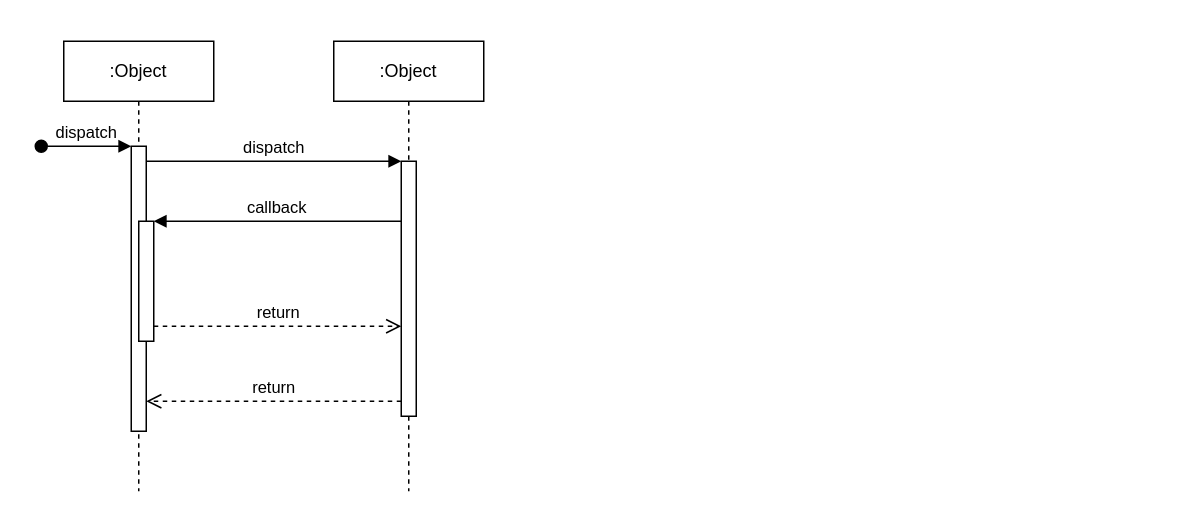
Before: Untitled Diagram.drawio in K-yo34/xoo, a draw.io diagram. Source tidied: cells renumbered, new cells numbered last; positions are measured from the earlier drawing's top-left corner, leaving out a move shared by most shapes. Both pictures are drawn from the tidied source at 150%, with x=0, y=0 at pixel (40, 40).
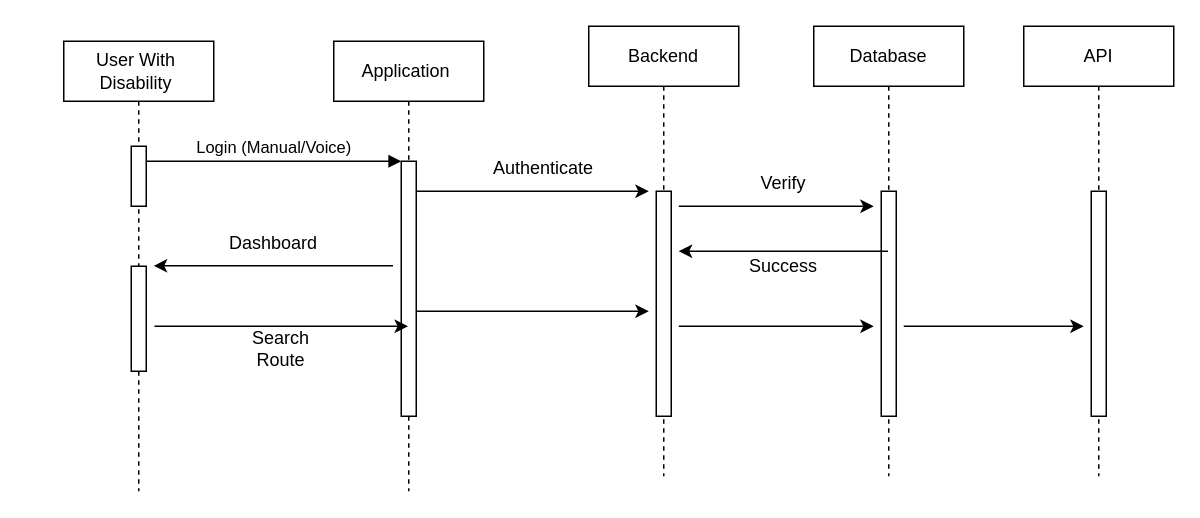
After the change.

The change refers to these unchanged cells:
```xml
<mxCell id="7" style="html=1;points=[];perimeter=orthogonalPerimeter;outlineConnect=0;targetShapes=umlLifeline;portConstraint=eastwest;newEdgeStyle={&quot;edgeStyle&quot;:&quot;elbowEdgeStyle&quot;,&quot;elbow&quot;:&quot;vertical&quot;,&quot;curved&quot;:0,&quot;rounded&quot;:0};" parent="6" vertex="1">
  <mxGeometry x="45" y="80" width="10" height="170" as="geometry" />
</mxCell>
```

Diff of the diagram source:
```diff
@@
-    <mxCell id="2" value=":Object" style="shape=umlLifeline;perimeter=lifelinePerimeter;whiteSpace=wrap;html=1;newEdgeStyle={&quot;edgeStyle&quot;:&quot;elbowEdgeStyle&quot;,&quot;elbow&quot;:&quot;vertical&quot;,&quot;curved&quot;:0,&quot;rounded&quot;:0};" parent="1" vertex="1">
+    <mxCell id="2" value="User With&amp;nbsp;&lt;div&gt;Disability&amp;nbsp;&lt;/div&gt;" style="shape=umlLifeline;perimeter=lifelinePerimeter;whiteSpace=wrap;html=1;newEdgeStyle={&quot;edgeStyle&quot;:&quot;elbowEdgeStyle&quot;,&quot;elbow&quot;:&quot;vertical&quot;,&quot;curved&quot;:0,&quot;rounded&quot;:0};" parent="1" vertex="1">
       <mxGeometry x="15" width="100" height="300" as="geometry" />
     </mxCell>
     <mxCell id="3" style="html=1;points=[];perimeter=orthogonalPerimeter;outlineConnect=0;targetShapes=umlLifeline;portConstraint=eastwest;newEdgeStyle={&quot;edgeStyle&quot;:&quot;elbowEdgeStyle&quot;,&quot;elbow&quot;:&quot;vertical&quot;,&quot;curved&quot;:0,&quot;rounded&quot;:0};" parent="2" vertex="1">
-      <mxGeometry x="45" y="70" width="10" height="190" as="geometry" />
+      <mxGeometry x="45" y="70" width="10" height="40" as="geometry" />
     </mxCell>
-    <mxCell id="4" value="dispatch" style="html=1;verticalAlign=bottom;startArrow=oval;endArrow=block;startSize=8;edgeStyle=elbowEdgeStyle;elbow=vertical;curved=0;rounded=0;" parent="2" edge="1" target="3">
-      <mxGeometry relative="1" as="geometry">
-        <mxPoint x="-15" y="70" as="sourcePoint" />
-      </mxGeometry>
-    </mxCell>
-    <mxCell id="5" style="html=1;points=[];perimeter=orthogonalPerimeter;outlineConnect=0;targetShapes=umlLifeline;portConstraint=eastwest;newEdgeStyle={&quot;edgeStyle&quot;:&quot;elbowEdgeStyle&quot;,&quot;elbow&quot;:&quot;vertical&quot;,&quot;curved&quot;:0,&quot;rounded&quot;:0};" parent="2" vertex="1">
-      <mxGeometry x="50" y="120" width="10" height="80" as="geometry" />
-    </mxCell>
+    <mxCell id="12" style="html=1;perimeter=orthogonalPerimeter;targetShapes=umlLifeline;newEdgeStyle={&quot;edgeStyle&quot;:&quot;elbowEdgeStyle&quot;,&quot;elbow&quot;:&quot;vertical&quot;,&quot;curved&quot;:0,&quot;rounded&quot;:0};" parent="2" vertex="1">
+      <mxGeometry x="45" y="150" width="10" height="70" as="geometry" />
+    </mxCell>
-    <mxCell id="6" value=":Object" style="shape=umlLifeline;perimeter=lifelinePerimeter;whiteSpace=wrap;html=1;outlineConnect=0;portConstraint=eastwest;newEdgeStyle={&quot;edgeStyle&quot;:&quot;elbowEdgeStyle&quot;,&quot;elbow&quot;:&quot;vertical&quot;,&quot;curved&quot;:0,&quot;rounded&quot;:0};" parent="1" vertex="1">
+    <mxCell id="6" value="Application&amp;nbsp;" style="shape=umlLifeline;perimeter=lifelinePerimeter;whiteSpace=wrap;html=1;outlineConnect=0;portConstraint=eastwest;newEdgeStyle={&quot;edgeStyle&quot;:&quot;elbowEdgeStyle&quot;,&quot;elbow&quot;:&quot;vertical&quot;,&quot;curved&quot;:0,&quot;rounded&quot;:0};" parent="1" vertex="1">
       <mxGeometry x="195" width="100" height="300" as="geometry" />
     </mxCell>
@@
-    <mxCell id="8" value="dispatch" style="html=1;verticalAlign=bottom;endArrow=block;edgeStyle=elbowEdgeStyle;elbow=vertical;curved=0;rounded=0;" parent="1" edge="1" source="3" target="7">
+    <mxCell id="8" value="Login (Manual/Voice)" style="html=1;verticalAlign=bottom;endArrow=block;edgeStyle=elbowEdgeStyle;elbow=vertical;curved=0;rounded=0;" parent="1" edge="1" source="3" target="7">
       <mxGeometry relative="1" as="geometry">
         <Array as="points">
           <mxPoint x="155" y="80" />
         </Array>
       </mxGeometry>
     </mxCell>
-    <mxCell id="9" value="return" style="html=1;verticalAlign=bottom;endArrow=open;dashed=1;endSize=8;edgeStyle=elbowEdgeStyle;elbow=vertical;curved=0;rounded=0;" parent="1" edge="1" source="7" target="3">
-      <mxGeometry relative="1" as="geometry">
-        <Array as="points">
-          <mxPoint x="165" y="240" />
-        </Array>
-      </mxGeometry>
-    </mxCell>
-    <mxCell id="10" value="callback" style="html=1;verticalAlign=bottom;endArrow=block;edgeStyle=elbowEdgeStyle;elbow=vertical;curved=0;rounded=0;" parent="1" edge="1" source="7" target="5">
-      <mxGeometry relative="1" as="geometry">
-        <Array as="points">
-          <mxPoint x="165" y="120" />
-        </Array>
-      </mxGeometry>
-    </mxCell>
-    <mxCell id="11" value="return" style="html=1;verticalAlign=bottom;endArrow=open;dashed=1;endSize=8;edgeStyle=elbowEdgeStyle;elbow=vertical;curved=0;rounded=0;" parent="1" edge="1" source="5" target="7">
-      <mxGeometry relative="1" as="geometry">
-        <Array as="points">
-          <mxPoint x="155" y="190" />
-        </Array>
-      </mxGeometry>
-    </mxCell>
+    <mxCell id="13" value="Backend" style="shape=umlLifeline;perimeter=lifelinePerimeter;whiteSpace=wrap;html=1;newEdgeStyle={&quot;edgeStyle&quot;:&quot;elbowEdgeStyle&quot;,&quot;elbow&quot;:&quot;vertical&quot;,&quot;curved&quot;:0,&quot;rounded&quot;:0};" parent="1" vertex="1">
+      <mxGeometry x="365" y="-10" width="100" height="300" as="geometry" />
+    </mxCell>
+    <mxCell id="14" style="html=1;perimeter=orthogonalPerimeter;targetShapes=umlLifeline;newEdgeStyle={&quot;edgeStyle&quot;:&quot;elbowEdgeStyle&quot;,&quot;elbow&quot;:&quot;vertical&quot;,&quot;curved&quot;:0,&quot;rounded&quot;:0};" parent="13" vertex="1">
+      <mxGeometry x="45" y="110" width="10" height="150" as="geometry" />
+    </mxCell>
+    <mxCell id="15" style="endArrow=classic;html=1;rounded=0;" parent="1" edge="1" source="7">
+      <mxGeometry relative="1" as="geometry">
+        <mxPoint x="405" y="100" as="targetPoint" />
+      </mxGeometry>
+    </mxCell>
+    <mxCell id="16" style="endArrow=classic;html=1;rounded=0;" parent="1" edge="1">
+      <mxGeometry relative="1" as="geometry">
+        <mxPoint x="234.5" y="149.7" as="sourcePoint" />
+        <mxPoint x="75" y="149.7" as="targetPoint" />
+      </mxGeometry>
+    </mxCell>
+    <mxCell id="17" value="Authenticate" style="text;html=1;whiteSpace=wrap;strokeColor=none;fillColor=none;align=center;verticalAlign=middle;rounded=0;" parent="1" vertex="1">
+      <mxGeometry x="305" y="70" width="60" height="30" as="geometry" />
+    </mxCell>
+    <mxCell id="18" value="Database" style="shape=umlLifeline;perimeter=lifelinePerimeter;whiteSpace=wrap;html=1;outlineConnect=0;portConstraint=eastwest;newEdgeStyle={&quot;edgeStyle&quot;:&quot;elbowEdgeStyle&quot;,&quot;elbow&quot;:&quot;vertical&quot;,&quot;curved&quot;:0,&quot;rounded&quot;:0};" parent="1" vertex="1">
+      <mxGeometry x="515" y="-10" width="100" height="300" as="geometry" />
+    </mxCell>
+    <mxCell id="19" style="html=1;perimeter=orthogonalPerimeter;targetShapes=umlLifeline;newEdgeStyle={&quot;edgeStyle&quot;:&quot;elbowEdgeStyle&quot;,&quot;elbow&quot;:&quot;vertical&quot;,&quot;curved&quot;:0,&quot;rounded&quot;:0};" parent="18" vertex="1">
+      <mxGeometry x="45" y="110" width="10" height="150" as="geometry" />
+    </mxCell>
+    <mxCell id="20" value="API" style="shape=umlLifeline;perimeter=lifelinePerimeter;whiteSpace=wrap;html=1;newEdgeStyle={&quot;edgeStyle&quot;:&quot;elbowEdgeStyle&quot;,&quot;elbow&quot;:&quot;vertical&quot;,&quot;curved&quot;:0,&quot;rounded&quot;:0};" parent="1" vertex="1">
+      <mxGeometry x="655" y="-10" width="100" height="300" as="geometry" />
+    </mxCell>
+    <mxCell id="21" style="html=1;perimeter=orthogonalPerimeter;targetShapes=umlLifeline;newEdgeStyle={&quot;edgeStyle&quot;:&quot;elbowEdgeStyle&quot;,&quot;elbow&quot;:&quot;vertical&quot;,&quot;curved&quot;:0,&quot;rounded&quot;:0};" parent="20" vertex="1">
+      <mxGeometry x="45" y="110" width="10" height="150" as="geometry" />
+    </mxCell>
+    <mxCell id="22" style="endArrow=classic;html=1;rounded=0;" parent="1" edge="1">
+      <mxGeometry relative="1" as="geometry">
+        <mxPoint x="425" y="110" as="sourcePoint" />
+        <mxPoint x="555" y="110" as="targetPoint" />
+      </mxGeometry>
+    </mxCell>
+    <mxCell id="23" style="endArrow=classic;html=1;rounded=0;" parent="1" edge="1" source="18">
+      <mxGeometry relative="1" as="geometry">
+        <mxPoint x="425" y="140" as="targetPoint" />
+      </mxGeometry>
+    </mxCell>
+    <mxCell id="24" value="Verify" style="text;html=1;whiteSpace=wrap;strokeColor=none;fillColor=none;align=center;verticalAlign=middle;rounded=0;" parent="1" vertex="1">
+      <mxGeometry x="465" y="80" width="60" height="30" as="geometry" />
+    </mxCell>
+    <mxCell id="25" value="Success" style="text;html=1;whiteSpace=wrap;strokeColor=none;fillColor=none;align=center;verticalAlign=middle;rounded=0;" parent="1" vertex="1">
+      <mxGeometry x="465" y="135" width="60" height="30" as="geometry" />
+    </mxCell>
+    <mxCell id="26" value="Dashboard" style="text;html=1;whiteSpace=wrap;strokeColor=none;fillColor=none;align=center;verticalAlign=middle;rounded=0;" parent="1" vertex="1">
+      <mxGeometry x="125" y="120" width="60" height="30" as="geometry" />
+    </mxCell>
+    <mxCell id="27" style="endArrow=classic;html=1;rounded=0;" parent="1" edge="1" target="6">
+      <mxGeometry relative="1" as="geometry">
+        <mxPoint x="75.5" y="190" as="sourcePoint" />
+      </mxGeometry>
+    </mxCell>
+    <mxCell id="28" value="Search Route" style="text;html=1;whiteSpace=wrap;strokeColor=none;fillColor=none;align=center;verticalAlign=middle;rounded=0;" parent="1" vertex="1">
+      <mxGeometry x="130" y="190" width="60" height="30" as="geometry" />
+    </mxCell>
+    <mxCell id="29" style="endArrow=classic;html=1;rounded=0;" parent="1" edge="1">
+      <mxGeometry relative="1" as="geometry">
+        <mxPoint x="250.2" y="180" as="sourcePoint" />
+        <mxPoint x="405" y="180" as="targetPoint" />
+      </mxGeometry>
+    </mxCell>
+    <mxCell id="30" style="endArrow=classic;html=1;rounded=0;" parent="1" edge="1">
+      <mxGeometry relative="1" as="geometry">
+        <mxPoint x="425" y="190" as="sourcePoint" />
+        <mxPoint x="555" y="190" as="targetPoint" />
+      </mxGeometry>
+    </mxCell>
+    <mxCell id="31" style="endArrow=classic;html=1;rounded=0;" parent="1" edge="1">
+      <mxGeometry relative="1" as="geometry">
+        <mxPoint x="575" y="190" as="sourcePoint" />
+        <mxPoint x="695" y="190" as="targetPoint" />
+      </mxGeometry>
+    </mxCell>
```
